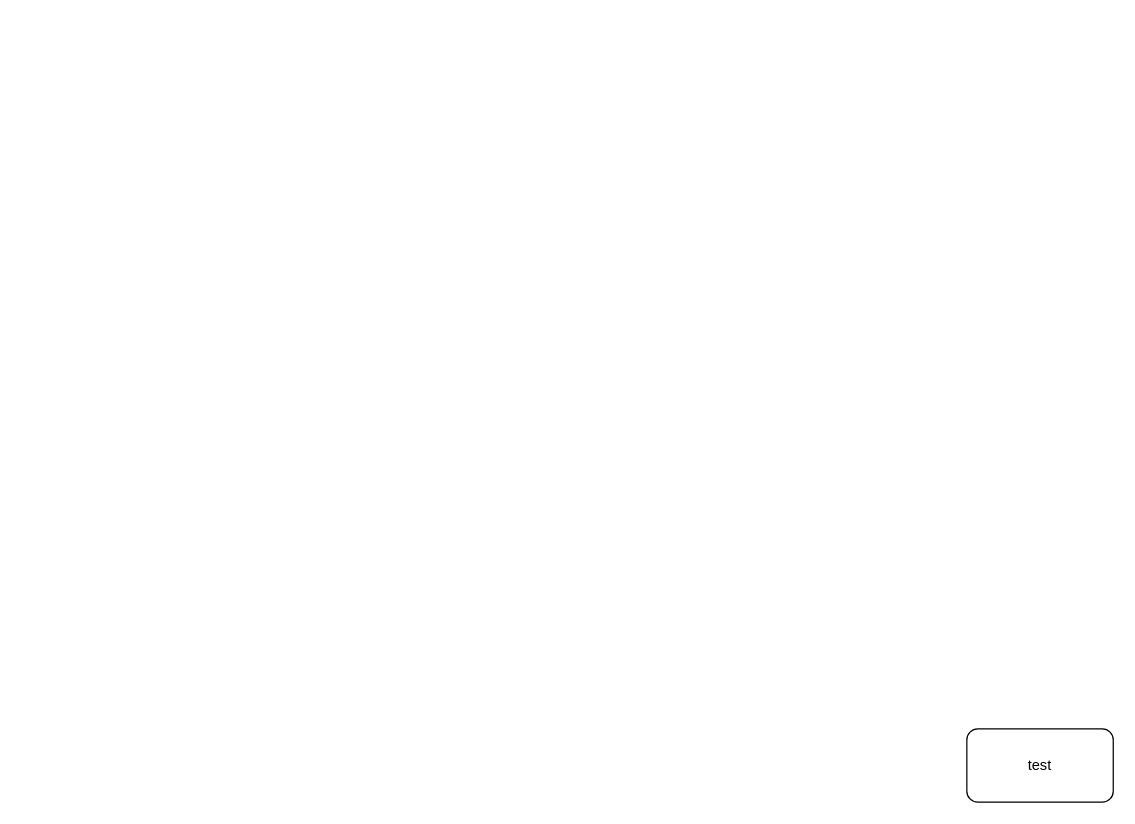
This is Untitled Diagram.drawio from AagusthyaShanker1121/Intermediate-Projects, a draw.io file, before an edit. Source tidied: cells renumbered, new cells numbered last; positions are measured from the earlier drawing's top-left corner, leaving out a move shared by most shapes. Both pictures are drawn from the tidied source at 122%, with x=0, y=0 at pixel (966, 728).
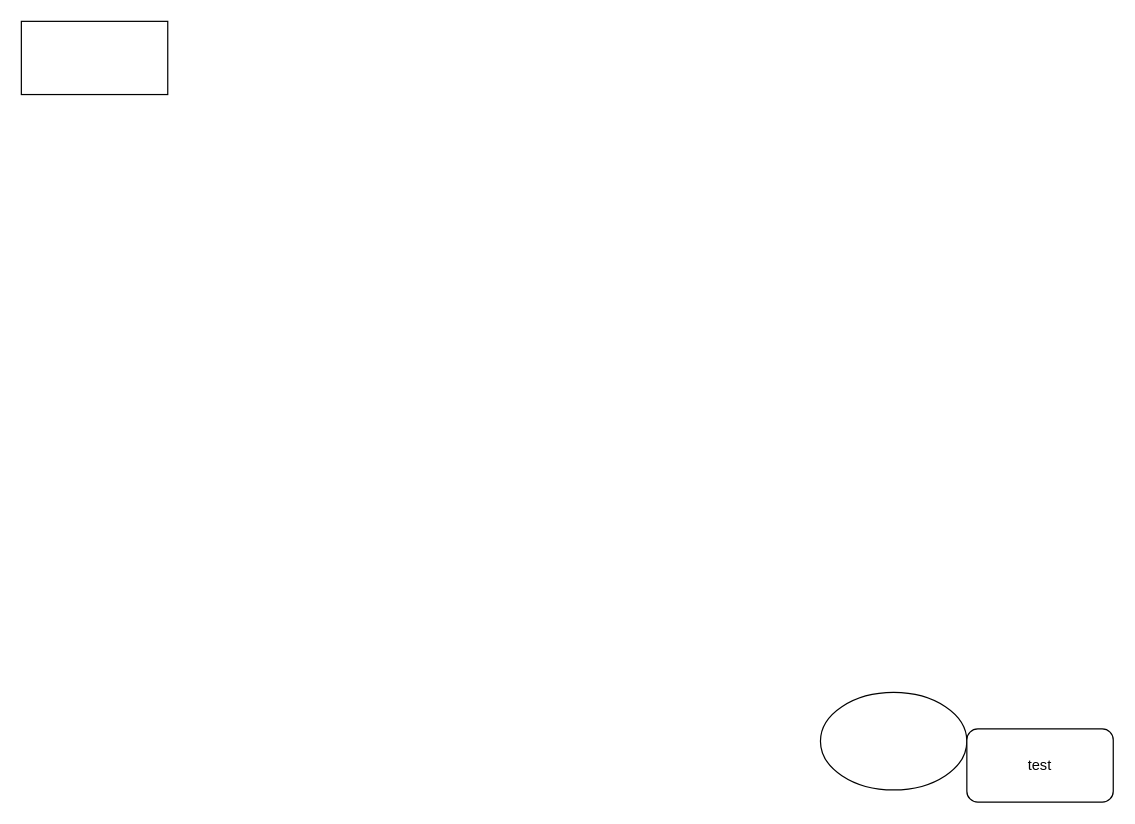
After the change.

The edit, as a diff of the source:
```diff
@@
 <mxGraphModel>
   <root>
     <mxCell id="0" />
     <mxCell id="1" parent="0" />
+    <mxCell id="3" style="ellipse;whiteSpace=wrap;html=1;" parent="1" vertex="1">
+      <mxGeometry x="-120" y="-30" width="120" height="80" as="geometry" />
+    </mxCell>
+    <mxCell id="4" style="rounded=0;whiteSpace=wrap;html=1;" parent="1" vertex="1">
+      <mxGeometry x="-775" y="-580" width="120" height="60" as="geometry" />
+    </mxCell>
     <mxCell id="2" value="test" style="rounded=1;whiteSpace=wrap;html=1;" parent="1" vertex="1">
       <mxGeometry width="120" height="60" as="geometry" />
     </mxCell>
   </root>
 </mxGraphModel>
```
